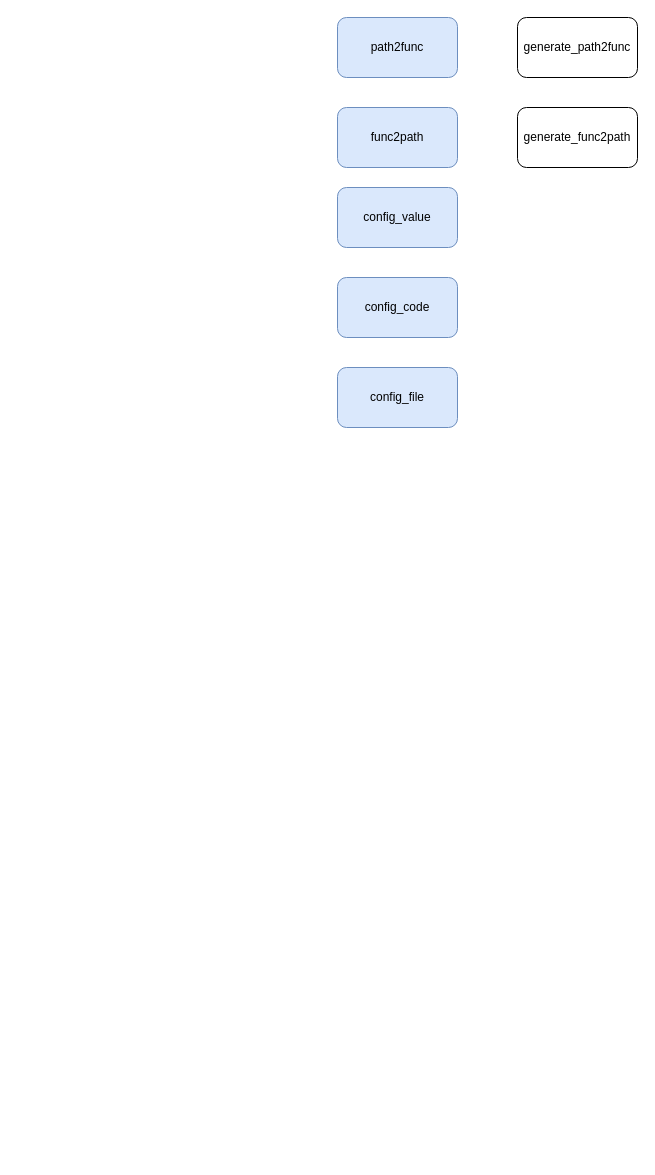
Earlier version of the draw.io diagram configExtract.drawio (hubblezzhu/frr_learning). Source tidied: cells renumbered, new cells numbered last; positions are measured from the earlier drawing's top-left corner, leaving out a move shared by most shapes. Both pictures are drawn from the tidied source at 100%, with x=0, y=0 at pixel (337, 17).
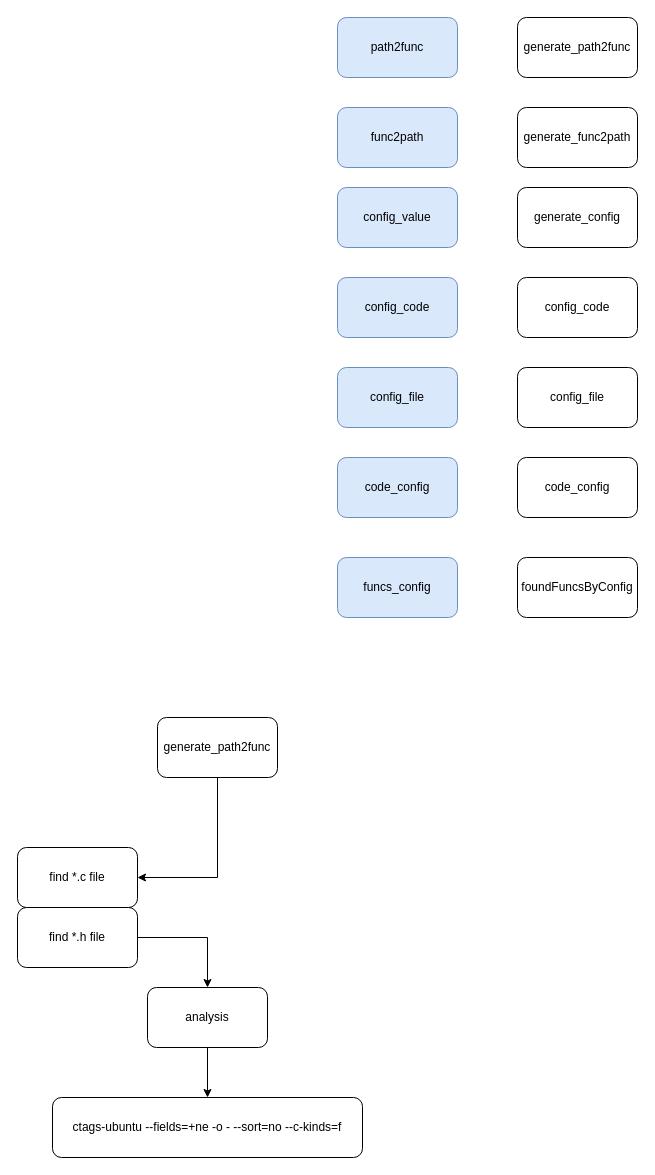
The same diagram, later.

What changed in the source:
```diff
@@
+    <mxCell id="9" value="generate_config" style="rounded=1;whiteSpace=wrap;html=1;" parent="1" vertex="1">
+      <mxGeometry x="180" y="170" width="120" height="60" as="geometry" />
+    </mxCell>
+    <mxCell id="10" value="config_code" style="rounded=1;whiteSpace=wrap;html=1;" parent="1" vertex="1">
+      <mxGeometry x="180" y="260" width="120" height="60" as="geometry" />
+    </mxCell>
+    <mxCell id="11" value="config_file" style="rounded=1;whiteSpace=wrap;html=1;" parent="1" vertex="1">
+      <mxGeometry x="180" y="350" width="120" height="60" as="geometry" />
+    </mxCell>
+    <mxCell id="12" value="code_config" style="rounded=1;whiteSpace=wrap;html=1;fillColor=#dae8fc;strokeColor=#6c8ebf;" parent="1" vertex="1">
+      <mxGeometry y="440" width="120" height="60" as="geometry" />
+    </mxCell>
+    <mxCell id="13" value="funcs_config" style="rounded=1;whiteSpace=wrap;html=1;fillColor=#dae8fc;strokeColor=#6c8ebf;" parent="1" vertex="1">
+      <mxGeometry y="540" width="120" height="60" as="geometry" />
+    </mxCell>
+    <mxCell id="14" value="code_config" style="rounded=1;whiteSpace=wrap;html=1;" parent="1" vertex="1">
+      <mxGeometry x="180" y="440" width="120" height="60" as="geometry" />
+    </mxCell>
+    <mxCell id="15" value="foundFuncsByConfig" style="rounded=1;whiteSpace=wrap;html=1;" parent="1" vertex="1">
+      <mxGeometry x="180" y="540" width="120" height="60" as="geometry" />
+    </mxCell>
+    <mxCell id="16" style="edgeStyle=orthogonalEdgeStyle;rounded=0;jettySize=auto;html=1;" parent="1" edge="1" source="17" target="18">
+      <mxGeometry relative="1" as="geometry">
+        <Array as="points">
+          <mxPoint x="-120" y="860" />
+        </Array>
+      </mxGeometry>
+    </mxCell>
+    <mxCell id="17" value="generate_path2func" style="rounded=1;whiteSpace=wrap;html=1;" parent="1" vertex="1">
+      <mxGeometry x="-180" y="700" width="120" height="60" as="geometry" />
+    </mxCell>
+    <mxCell id="18" value="find *.c file" style="rounded=1;whiteSpace=wrap;html=1;" parent="1" vertex="1">
+      <mxGeometry x="-320" y="830" width="120" height="60" as="geometry" />
+    </mxCell>
+    <mxCell id="19" style="edgeStyle=orthogonalEdgeStyle;rounded=0;jettySize=auto;html=1;" parent="1" edge="1" source="20" target="22">
+      <mxGeometry relative="1" as="geometry" />
+    </mxCell>
+    <mxCell id="20" value="find *.h file" style="rounded=1;whiteSpace=wrap;html=1;" parent="1" vertex="1">
+      <mxGeometry x="-320" y="890" width="120" height="60" as="geometry" />
+    </mxCell>
+    <mxCell id="21" style="edgeStyle=orthogonalEdgeStyle;rounded=0;jettySize=auto;html=1;" parent="1" edge="1" source="22" target="23">
+      <mxGeometry relative="1" as="geometry" />
+    </mxCell>
+    <mxCell id="22" value="analysis" style="rounded=1;whiteSpace=wrap;html=1;" parent="1" vertex="1">
+      <mxGeometry x="-190" y="970" width="120" height="60" as="geometry" />
+    </mxCell>
+    <mxCell id="23" value="ctags-ubuntu --fields=+ne -o - --sort=no --c-kinds=f" style="rounded=1;whiteSpace=wrap;html=1;" parent="1" vertex="1">
+      <mxGeometry x="-285" y="1080" width="310" height="60" as="geometry" />
+    </mxCell>
```
